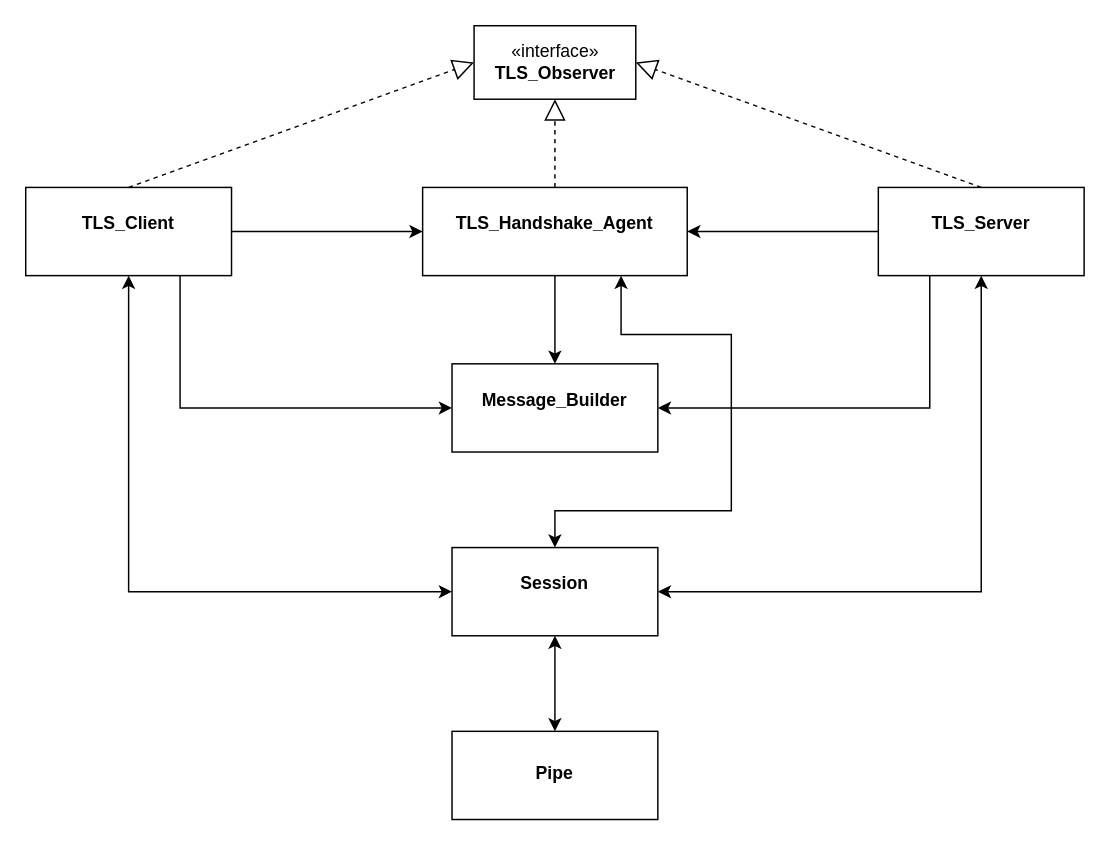
The draw.io diagram doc/img/UML/ClassInteraction.drawio in LeskovarLukas/Diffie-Hellman-IKE, before the edit. Source tidied: cells renumbered, new cells numbered last; positions are measured from the earlier drawing's top-left corner, leaving out a move shared by most shapes. Both pictures are drawn from the tidied source at 147%, with x=0, y=0 at pixel (25, 25).
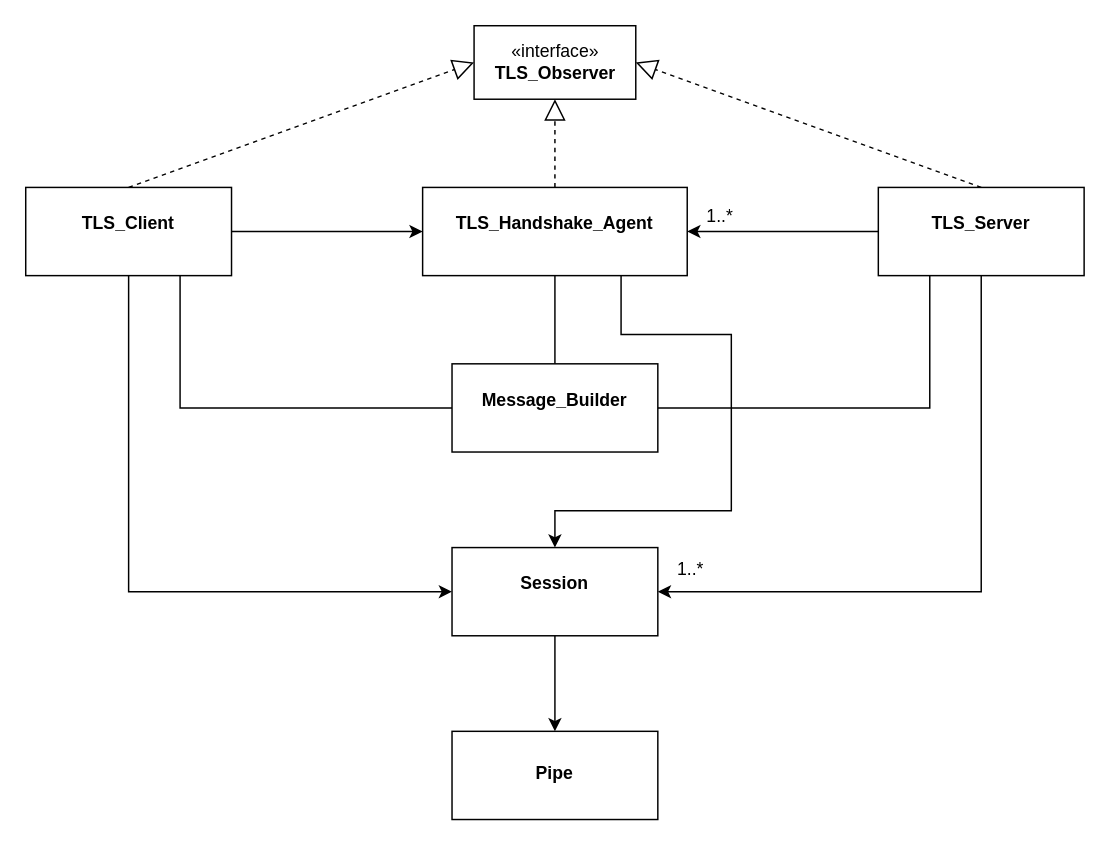
The same page after the edit.

The change refers to these unchanged cells:
```xml
<mxCell id="13" value="&lt;p style=&quot;margin: 0px ; margin-top: 4px ; text-align: center&quot;&gt;&lt;br&gt;&lt;/p&gt;&lt;p style=&quot;margin: 0px ; margin-top: 4px ; text-align: center&quot;&gt;&lt;b&gt;Pipe&lt;/b&gt;&lt;/p&gt;" style="verticalAlign=top;align=left;overflow=fill;fontSize=12;fontFamily=Helvetica;html=1;" parent="1" vertex="1">
  <mxGeometry x="290" y="480" width="140" height="60" as="geometry" />
</mxCell>
<mxCell id="14" value="&lt;p style=&quot;margin: 0px ; margin-top: 4px ; text-align: center&quot;&gt;&lt;br&gt;&lt;b&gt;Session&lt;/b&gt;&lt;/p&gt;" style="verticalAlign=top;align=left;overflow=fill;fontSize=12;fontFamily=Helvetica;html=1;" parent="1" vertex="1">
  <mxGeometry x="290" y="355" width="140" height="60" as="geometry" />
</mxCell>
<mxCell id="15" value="&lt;p style=&quot;margin: 0px ; margin-top: 4px ; text-align: center&quot;&gt;&lt;br&gt;&lt;span style=&quot;font-weight: 700&quot;&gt;Message_Builder&lt;/span&gt;&lt;br&gt;&lt;/p&gt;" style="verticalAlign=top;align=left;overflow=fill;fontSize=12;fontFamily=Helvetica;html=1;" parent="1" vertex="1">
  <mxGeometry x="290" y="230" width="140" height="60" as="geometry" />
</mxCell>
<mxCell id="17" value="&lt;p style=&quot;margin: 0px ; margin-top: 4px ; text-align: center&quot;&gt;&lt;br&gt;&lt;b&gt;TLS_Client&lt;/b&gt;&lt;/p&gt;" style="verticalAlign=top;align=left;overflow=fill;fontSize=12;fontFamily=Helvetica;html=1;" parent="1" vertex="1">
  <mxGeometry y="110" width="140" height="60" as="geometry" />
</mxCell>
<mxCell id="19" value="&lt;p style=&quot;margin: 0px ; margin-top: 4px ; text-align: center&quot;&gt;&lt;br&gt;&lt;b&gt;TLS_Server&lt;/b&gt;&lt;/p&gt;" style="verticalAlign=top;align=left;overflow=fill;fontSize=12;fontFamily=Helvetica;html=1;" parent="1" vertex="1">
  <mxGeometry x="580" y="110" width="140" height="60" as="geometry" />
</mxCell>
<mxCell id="20" value="&lt;p style=&quot;margin: 0px ; margin-top: 4px ; text-align: center&quot;&gt;&lt;br&gt;&lt;b&gt;TLS_Handshake_Agent&lt;/b&gt;&lt;/p&gt;" style="verticalAlign=top;align=left;overflow=fill;fontSize=12;fontFamily=Helvetica;html=1;" parent="1" vertex="1">
  <mxGeometry x="270" y="110" width="180" height="60" as="geometry" />
</mxCell>
```

Change to the diagram source:
```diff
@@
-    <mxCell id="2" style="edgeStyle=orthogonalEdgeStyle;rounded=0;jettySize=auto;html=1;entryX=1;entryY=0.5;entryDx=0;entryDy=0;exitX=0.25;exitY=1;exitDx=0;exitDy=0;" parent="1" edge="1" source="19" target="15">
+    <mxCell id="2" style="edgeStyle=orthogonalEdgeStyle;rounded=0;jettySize=auto;html=1;entryX=1;entryY=0.5;entryDx=0;entryDy=0;exitX=0.25;exitY=1;exitDx=0;exitDy=0;endArrow=none;endFill=0;" parent="1" edge="1" source="19" target="15">
       <mxGeometry relative="1" as="geometry">
         <Array as="points">
           <mxPoint x="615" y="260" />
         </Array>
       </mxGeometry>
     </mxCell>
-    <mxCell id="3" style="edgeStyle=orthogonalEdgeStyle;rounded=0;jettySize=auto;html=1;entryX=1;entryY=0.5;entryDx=0;entryDy=0;startArrow=classic;startFill=1;strokeColor=default;exitX=0.5;exitY=1;exitDx=0;exitDy=0;" parent="1" edge="1" source="19" target="14">
+    <mxCell id="3" style="edgeStyle=orthogonalEdgeStyle;rounded=0;jettySize=auto;html=1;entryX=1;entryY=0.5;entryDx=0;entryDy=0;startArrow=none;startFill=0;strokeColor=default;exitX=0.5;exitY=1;exitDx=0;exitDy=0;endArrow=classic;endFill=1;" parent="1" edge="1" source="19" target="14">
       <mxGeometry relative="1" as="geometry">
         <Array as="points">
           <mxPoint x="650" y="385" />
         </Array>
       </mxGeometry>
     </mxCell>
-    <mxCell id="4" style="edgeStyle=orthogonalEdgeStyle;rounded=0;jettySize=auto;html=1;entryX=0.5;entryY=0;entryDx=0;entryDy=0;startArrow=classic;startFill=1;exitX=0.5;exitY=1;exitDx=0;exitDy=0;" parent="1" edge="1" source="14" target="13">
+    <mxCell id="4" style="edgeStyle=orthogonalEdgeStyle;rounded=0;jettySize=auto;html=1;entryX=0.5;entryY=0;entryDx=0;entryDy=0;startArrow=none;startFill=0;exitX=0.5;exitY=1;exitDx=0;exitDy=0;endArrow=classic;endFill=1;" parent="1" edge="1" source="14" target="13">
       <mxGeometry relative="1" as="geometry" />
     </mxCell>
-    <mxCell id="5" style="edgeStyle=orthogonalEdgeStyle;rounded=0;jettySize=auto;html=1;entryX=0.5;entryY=0;entryDx=0;entryDy=0;exitX=0.5;exitY=1;exitDx=0;exitDy=0;" parent="1" edge="1" source="20" target="15">
+    <mxCell id="5" style="edgeStyle=orthogonalEdgeStyle;rounded=0;jettySize=auto;html=1;entryX=0.5;entryY=0;entryDx=0;entryDy=0;exitX=0.5;exitY=1;exitDx=0;exitDy=0;endArrow=none;endFill=0;" parent="1" edge="1" source="20" target="15">
       <mxGeometry relative="1" as="geometry" />
     </mxCell>
-    <mxCell id="6" style="edgeStyle=orthogonalEdgeStyle;rounded=0;jettySize=auto;html=1;startArrow=classic;startFill=1;strokeColor=default;exitX=0.75;exitY=1;exitDx=0;exitDy=0;" parent="1" edge="1" source="20" target="14">
+    <mxCell id="6" style="edgeStyle=orthogonalEdgeStyle;rounded=0;jettySize=auto;html=1;startArrow=none;startFill=0;strokeColor=default;exitX=0.75;exitY=1;exitDx=0;exitDy=0;" parent="1" edge="1" source="20" target="14">
       <mxGeometry relative="1" as="geometry">
         <Array as="points">
           <mxPoint x="405" y="210" />
           <mxPoint x="480" y="210" />
           <mxPoint x="480" y="330" />
           <mxPoint x="360" y="330" />
         </Array>
       </mxGeometry>
     </mxCell>
-    <mxCell id="7" style="edgeStyle=orthogonalEdgeStyle;rounded=0;jettySize=auto;html=1;entryX=0;entryY=0.5;entryDx=0;entryDy=0;exitX=0.75;exitY=1;exitDx=0;exitDy=0;" parent="1" edge="1" source="17" target="15">
+    <mxCell id="7" style="edgeStyle=orthogonalEdgeStyle;rounded=0;jettySize=auto;html=1;entryX=0;entryY=0.5;entryDx=0;entryDy=0;exitX=0.75;exitY=1;exitDx=0;exitDy=0;endArrow=none;endFill=0;" parent="1" edge="1" source="17" target="15">
       <mxGeometry relative="1" as="geometry">
         <Array as="points">
           <mxPoint x="105" y="260" />
         </Array>
       </mxGeometry>
     </mxCell>
-    <mxCell id="8" style="edgeStyle=orthogonalEdgeStyle;rounded=0;jettySize=auto;html=1;entryX=0;entryY=0.5;entryDx=0;entryDy=0;strokeColor=default;startArrow=classic;startFill=1;exitX=0.5;exitY=1;exitDx=0;exitDy=0;" parent="1" edge="1" source="17" target="14">
+    <mxCell id="8" style="edgeStyle=orthogonalEdgeStyle;rounded=0;jettySize=auto;html=1;entryX=0;entryY=0.5;entryDx=0;entryDy=0;strokeColor=default;startArrow=none;startFill=0;exitX=0.5;exitY=1;exitDx=0;exitDy=0;" parent="1" edge="1" source="17" target="14">
       <mxGeometry relative="1" as="geometry">
         <Array as="points">
           <mxPoint x="70" y="385" />
         </Array>
       </mxGeometry>
     </mxCell>
@@
+    <mxCell id="21" value="1..*" style="text;html=1;align=center;verticalAlign=middle;strokeColor=none;fillColor=none;" parent="1" vertex="1">
+      <mxGeometry x="457" y="120" width="30" height="20" as="geometry" />
+    </mxCell>
+    <mxCell id="22" value="1..*" style="text;html=1;align=center;verticalAlign=middle;strokeColor=none;fillColor=none;" parent="1" vertex="1">
+      <mxGeometry x="437" y="360" width="30" height="20" as="geometry" />
+    </mxCell>
```
